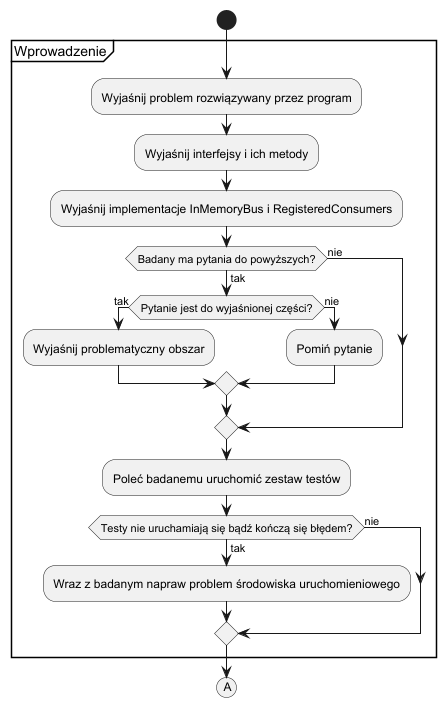
Earlier version of the PlantUML export diagramy/badanie_wprowadzenie.png (puradawid/master-thesis).
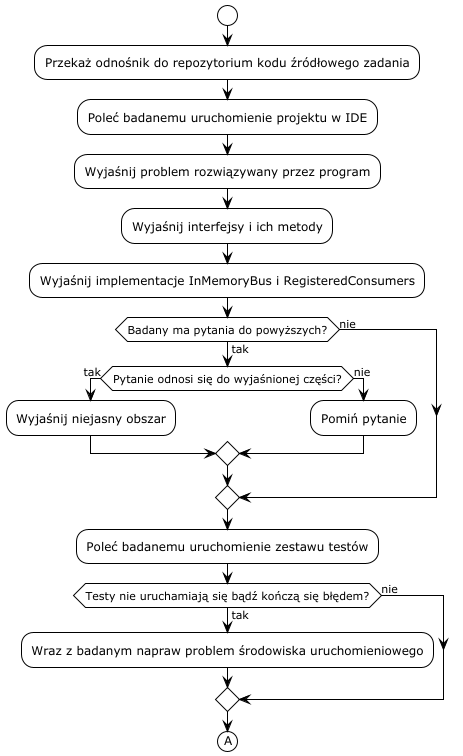
The same diagram one commit later.

Diff of the diagram source:
```diff
@@ -1,22 +1,23 @@
 @startuml
+!theme plain
 start
-group Wprowadzenie
+:Przekaż odnośnik do repozytorium kodu źródłowego zadania;
+:Poleć badanemu uruchomienie projektu w IDE;
 :Wyjaśnij problem rozwiązywany przez program;
 :Wyjaśnij interfejsy i ich metody;
 :Wyjaśnij implementacje InMemoryBus i RegisteredConsumers;
 if (Badany ma pytania do powyższych?) then (tak)
-    if (Pytanie jest do wyjaśnionej części?) then (tak)
-    :Wyjaśnij problematyczny obszar;
+    if (Pytanie odnosi się do wyjaśnionej części?) then (tak)
+    :Wyjaśnij niejasny obszar;
     else (nie)
     :Pomiń pytanie;
     endif
     else (nie)
 endif
-:Poleć badanemu uruchomić zestaw testów;
+:Poleć badanemu uruchomienie zestawu testów;
 if (Testy nie uruchamiają się bądź kończą się błędem?) then (tak)
 :Wraz z badanym napraw problem środowiska uruchomieniowego;
 else (nie)
 endif
-end group
 (A)
 @enduml
```
